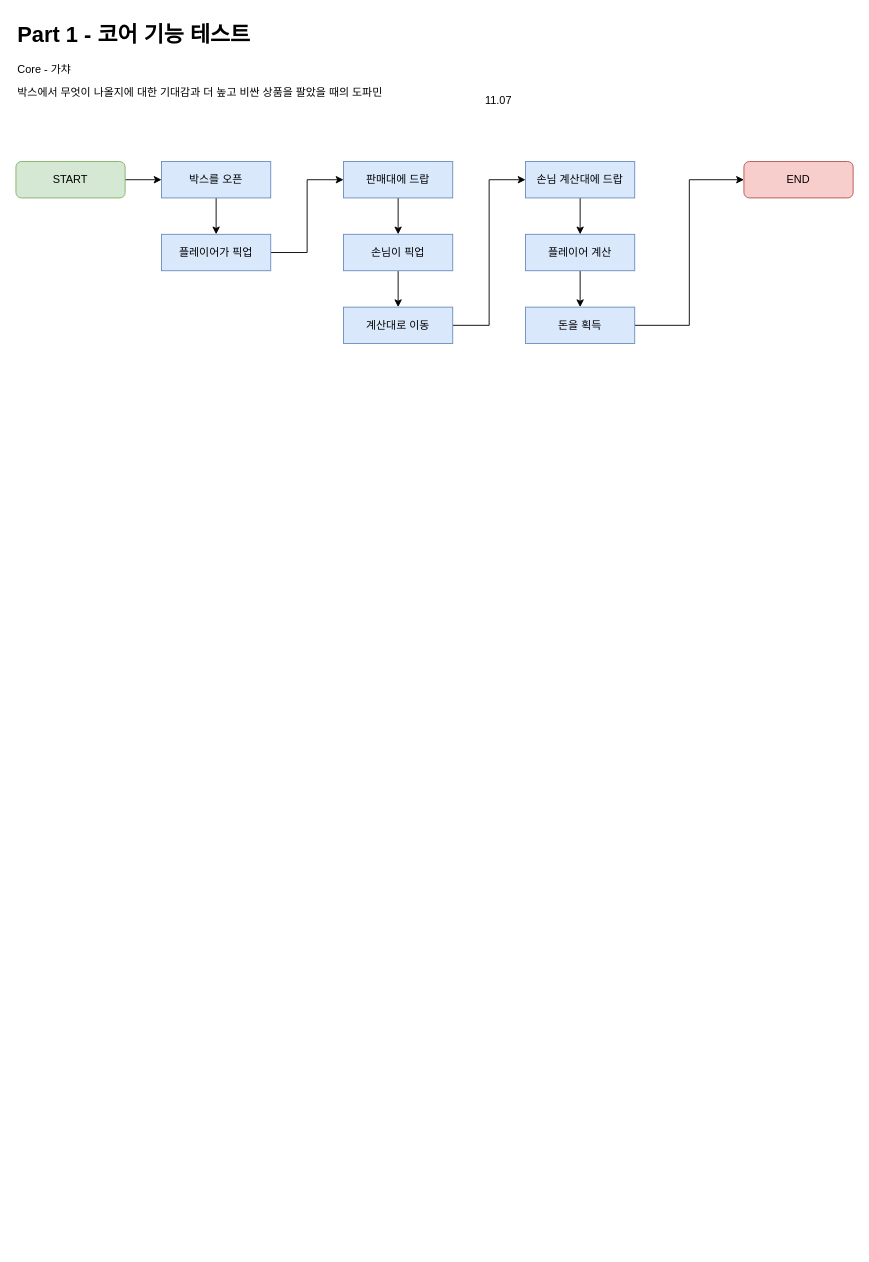
This is page "전체 시나리오" (1 of 5) of GameDesign.drawio from Dev-Lee-Jae-Wook/MobileTycoon, a draw.io file, before an edit. Source tidied: cells renumbered, new cells numbered last; positions are measured from the earlier drawing's top-left corner, leaving out a move shared by most shapes. Both pictures are drawn from the tidied source at 91%, with x=0, y=0 at pixel (15, 15).
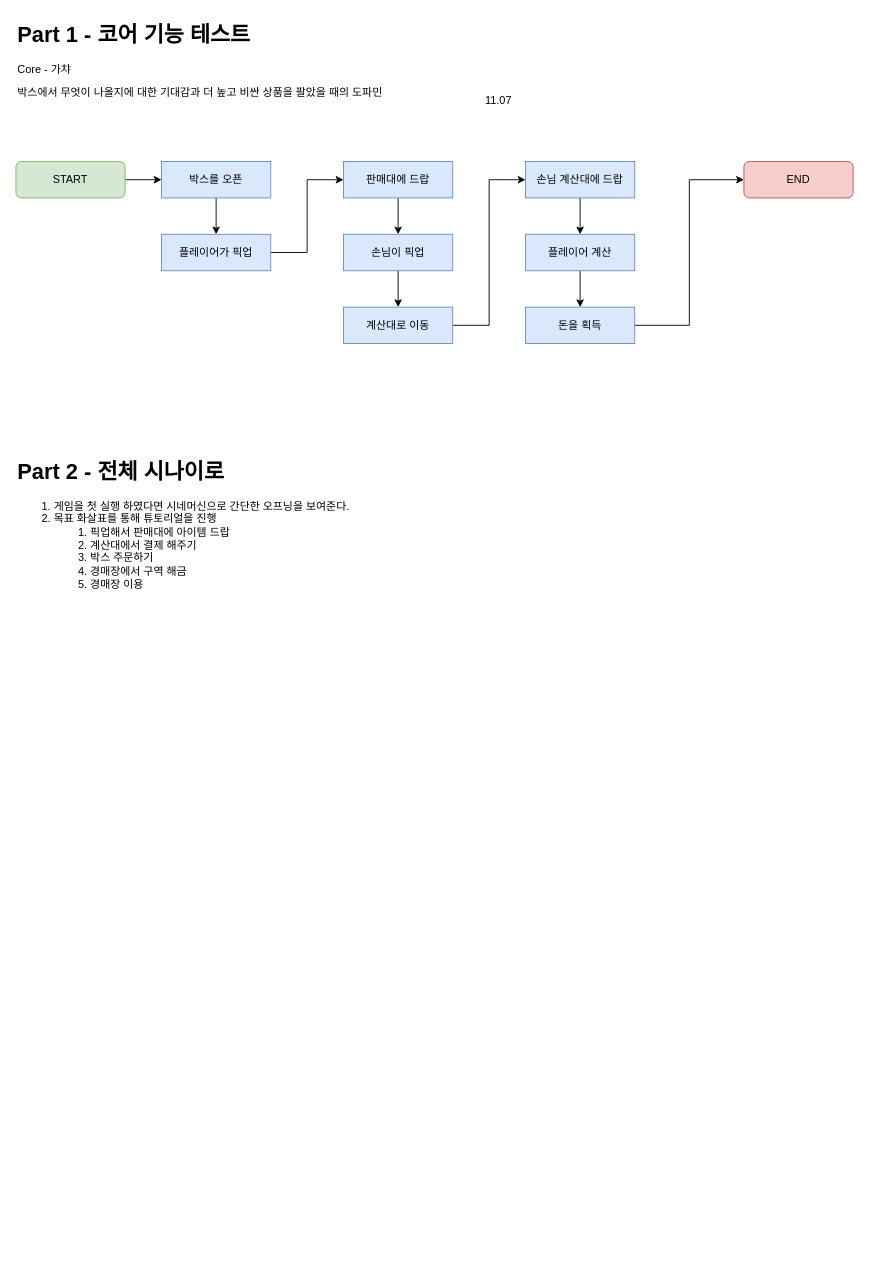
The same diagram, later.

Change to the diagram source:
```diff
@@
+    <mxCell id="23" value="&lt;h1 style=&quot;margin-top: 0px;&quot;&gt;Part 2 - 전체 시나이로&lt;/h1&gt;&lt;p&gt;&lt;/p&gt;&lt;ol&gt;&lt;li&gt;게임을 첫 실행 하였다면 시네머신으로 간단한 오프닝을 보여준다.&lt;/li&gt;&lt;li&gt;목표 화살표를 통해 튜토리얼을 진행&lt;/li&gt;&lt;ol&gt;&lt;li&gt;픽업해서 판매대에 아이템 드랍&lt;/li&gt;&lt;li&gt;계산대에서 결제 해주기&lt;/li&gt;&lt;li&gt;박스 주문하기&lt;/li&gt;&lt;li&gt;경매장에서 구역 해금&lt;/li&gt;&lt;li&gt;경매장 이용&lt;/li&gt;&lt;/ol&gt;&lt;/ol&gt;&lt;p&gt;&lt;/p&gt;" style="text;html=1;whiteSpace=wrap;overflow=hidden;rounded=0;" parent="1" vertex="1">
+      <mxGeometry y="480" width="440" height="870" as="geometry" />
+    </mxCell>
```
